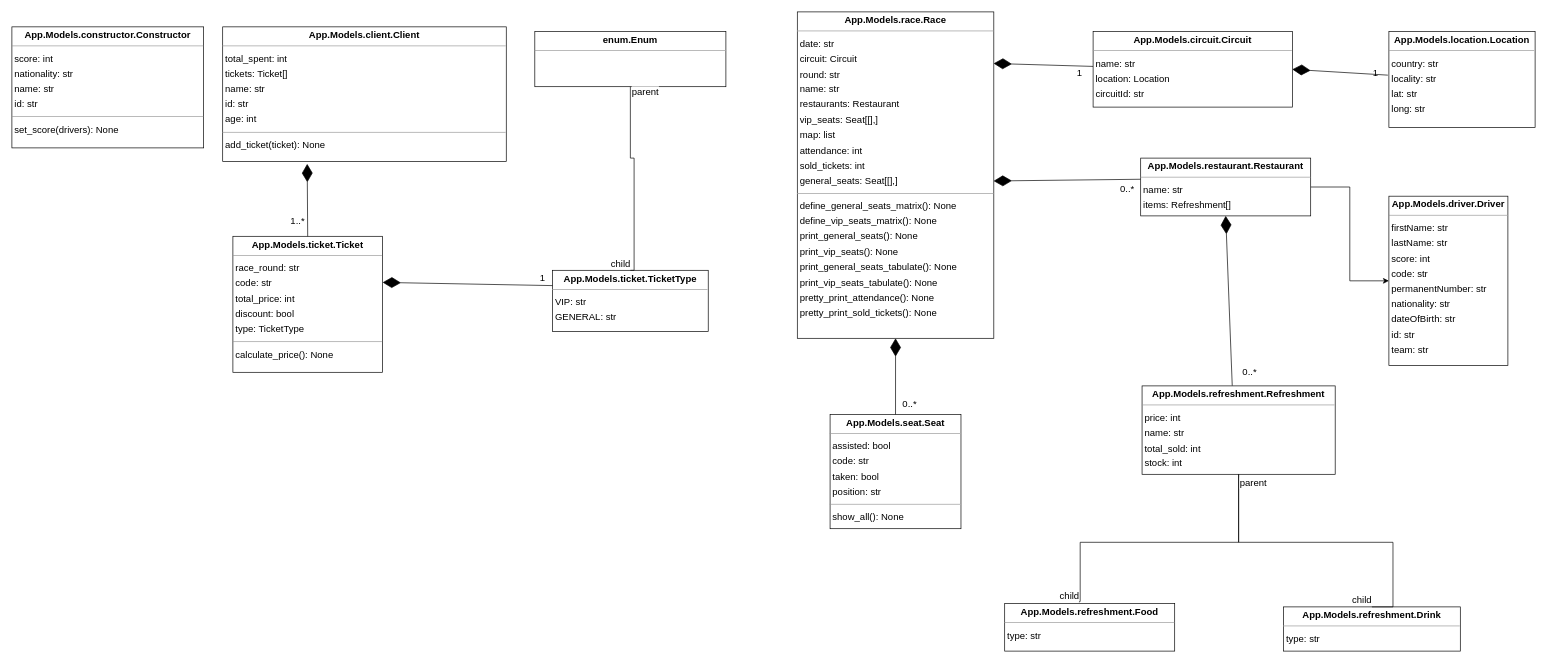
The draw.io diagram UML_Diagram.drawio in JesusF-GonzalezM/Proyecto-AyP, before the edit. Source tidied: cells renumbered, new cells numbered last; positions are measured from the earlier drawing's top-left corner, leaving out a move shared by most shapes. Both pictures are drawn from the tidied source at 68%, with x=0, y=0 at pixel (12, 12).
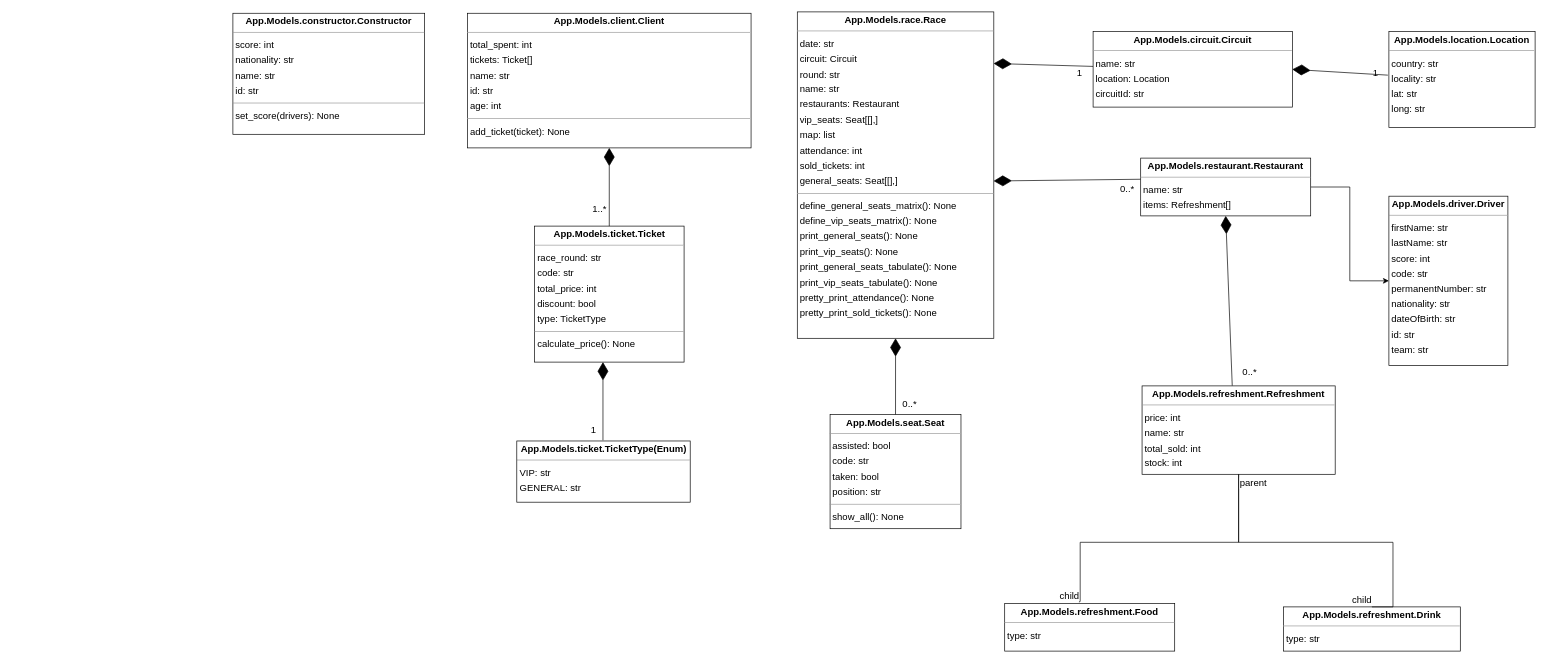
After the change.

Diff of the diagram source:
```diff
@@
     <mxCell id="3" value="&lt;p style=&quot;margin:0px;margin-top:4px;text-align:center;&quot;&gt;&lt;b&gt;App.Models.client.Client&lt;/b&gt;&lt;/p&gt;&lt;hr size=&quot;1&quot;&gt;&lt;p style=&quot;margin:0 0 0 4px;line-height:1.6;&quot;&gt; total_spent: int&lt;br&gt; tickets: Ticket[]&lt;br&gt; name: str&lt;br&gt; id: str&amp;nbsp;&lt;br&gt; age: int&lt;/p&gt;&lt;hr size=&quot;1&quot;&gt;&lt;p style=&quot;margin:0 0 0 4px;line-height:1.6;&quot;&gt;add_ticket(ticket): None&lt;/p&gt;" style="verticalAlign=top;align=left;overflow=fill;fontSize=14;fontFamily=Helvetica;html=1;rounded=0;shadow=0;comic=0;labelBackgroundColor=none;strokeWidth=1;" parent="1" vertex="1">
-      <mxGeometry x="310" y="22" width="417" height="198" as="geometry" />
+      <mxGeometry x="670" y="2" width="417" height="198" as="geometry" />
     </mxCell>
     <mxCell id="4" value="&lt;p style=&quot;margin:0px;margin-top:4px;text-align:center;&quot;&gt;&lt;b&gt;App.Models.constructor.Constructor&lt;/b&gt;&lt;/p&gt;&lt;hr size=&quot;1&quot;&gt;&lt;p style=&quot;margin:0 0 0 4px;line-height:1.6;&quot;&gt;score: int&lt;br&gt;nationality: str&lt;br&gt;name: str&lt;br&gt;id: str&lt;/p&gt;&lt;hr size=&quot;1&quot;&gt;&lt;p style=&quot;margin:0 0 0 4px;line-height:1.6;&quot;&gt;set_score(drivers): None&lt;/p&gt;" style="verticalAlign=top;align=left;overflow=fill;fontSize=14;fontFamily=Helvetica;html=1;rounded=0;shadow=0;comic=0;labelBackgroundColor=none;strokeWidth=1;" parent="1" vertex="1">
-      <mxGeometry y="22" width="282" height="178" as="geometry" />
+      <mxGeometry x="325" y="2" width="282" height="178" as="geometry" />
     </mxCell>
@@
     <mxCell id="14" value="&lt;p style=&quot;margin:0px;margin-top:4px;text-align:center;&quot;&gt;&lt;b&gt;App.Models.ticket.Ticket&lt;/b&gt;&lt;/p&gt;&lt;hr size=&quot;1&quot;&gt;&lt;p style=&quot;margin:0 0 0 4px;line-height:1.6;&quot;&gt; race_round: str&lt;br&gt; code: str&lt;br&gt; total_price: int&lt;br&gt; discount: bool&lt;br&gt; type: TicketType&lt;/p&gt;&lt;hr size=&quot;1&quot;&gt;&lt;p style=&quot;margin:0 0 0 4px;line-height:1.6;&quot;&gt;calculate_price(): None&lt;/p&gt;" style="verticalAlign=top;align=left;overflow=fill;fontSize=14;fontFamily=Helvetica;html=1;rounded=0;shadow=0;comic=0;labelBackgroundColor=none;strokeWidth=1;" parent="1" vertex="1">
-      <mxGeometry x="325" y="330" width="220" height="200" as="geometry" />
+      <mxGeometry x="768.5" y="315" width="220" height="200" as="geometry" />
     </mxCell>
-    <mxCell id="15" value="&lt;p style=&quot;margin:0px;margin-top:4px;text-align:center;&quot;&gt;&lt;b&gt;App.Models.ticket.TicketType&lt;/b&gt;&lt;/p&gt;&lt;hr size=&quot;1&quot;&gt;&lt;p style=&quot;margin:0 0 0 4px;line-height:1.6;&quot;&gt; VIP: str&lt;br&gt; GENERAL: str&lt;/p&gt;" style="verticalAlign=top;align=left;overflow=fill;fontSize=14;fontFamily=Helvetica;html=1;rounded=0;shadow=0;comic=0;labelBackgroundColor=none;strokeWidth=1;" parent="1" vertex="1">
-      <mxGeometry x="795" y="380" width="229" height="90" as="geometry" />
+    <mxCell id="15" value="&lt;p style=&quot;margin:0px;margin-top:4px;text-align:center;&quot;&gt;&lt;b&gt;App.Models.ticket.TicketType(Enum)&lt;/b&gt;&lt;/p&gt;&lt;hr size=&quot;1&quot;&gt;&lt;p style=&quot;margin:0 0 0 4px;line-height:1.6;&quot;&gt; VIP: str&lt;br&gt; GENERAL: str&lt;/p&gt;" style="verticalAlign=top;align=left;overflow=fill;fontSize=14;fontFamily=Helvetica;html=1;rounded=0;shadow=0;comic=0;labelBackgroundColor=none;strokeWidth=1;" parent="1" vertex="1">
+      <mxGeometry x="742.5" y="631" width="255" height="90" as="geometry" />
     </mxCell>
-    <mxCell id="16" value="&lt;p style=&quot;margin:0px;margin-top:4px;text-align:center;&quot;&gt;&lt;b&gt;enum.Enum&lt;/b&gt;&lt;/p&gt;&lt;hr size=&quot;1&quot;&gt;&lt;p style=&quot;margin:0 0 0 4px;line-height:1.6;&quot;&gt;&lt;br&gt;&lt;/p&gt;" style="verticalAlign=top;align=left;overflow=fill;fontSize=14;fontFamily=Helvetica;html=1;rounded=0;shadow=0;comic=0;labelBackgroundColor=none;strokeWidth=1;" parent="1" vertex="1">
-      <mxGeometry x="769" y="29" width="281" height="81" as="geometry" />
-    </mxCell>
@@
-    <mxCell id="26" style="endArrow=none;html=1;edgeStyle=orthogonalEdgeStyle;rounded=0;shadow=0;fontSize=14;entryX=0.5;entryY=0;entryDx=0;entryDy=0;exitX=0.5;exitY=1;exitDx=0;exitDy=0;" parent="1" edge="1" source="16" target="15">
-      <mxGeometry relative="1" as="geometry">
-        <Array as="points">
-          <mxPoint x="910" y="215" />
-          <mxPoint x="915" y="215" />
-        </Array>
-      </mxGeometry>
-    </mxCell>
-    <mxCell id="27" value="parent" style="edgeLabel;html=1;align=left;verticalAlign=bottom;fontSize=14;" parent="26" vertex="1">
-      <mxGeometry x="-1" relative="1" as="geometry">
-        <mxPoint y="18" as="offset" />
-      </mxGeometry>
-    </mxCell>
-    <mxCell id="28" value="child" style="edgeLabel;html=1;align=right;verticalAlign=bottom;fontSize=14;" parent="26" vertex="1">
-      <mxGeometry x="1" relative="1" as="geometry" />
-    </mxCell>
-    <mxCell id="29" style="endArrow=diamondThin;endFill=1;endSize=24;html=1;rounded=0;shadow=0;fontSize=14;exitX=0.5;exitY=0;exitDx=0;exitDy=0;entryX=0.298;entryY=1.018;entryDx=0;entryDy=0;entryPerimeter=0;" parent="1" edge="1" source="14" target="3">
+    <mxCell id="29" style="endArrow=diamondThin;endFill=1;endSize=24;html=1;rounded=0;shadow=0;fontSize=14;exitX=0.5;exitY=0;exitDx=0;exitDy=0;entryX=0.5;entryY=1;entryDx=0;entryDy=0;" parent="1" edge="1" source="14" target="3">
       <mxGeometry relative="1" as="geometry" />
     </mxCell>
@@
-    <mxCell id="31" style="endArrow=diamondThin;endFill=1;endSize=24;html=1;rounded=0;shadow=0;fontSize=14;entryX=1.001;entryY=0.339;entryDx=0;entryDy=0;exitX=0;exitY=0.25;exitDx=0;exitDy=0;entryPerimeter=0;" parent="1" edge="1" source="15" target="14">
-      <mxGeometry relative="1" as="geometry" />
-    </mxCell>
@@
     <mxCell id="33" value="1" style="text;html=1;align=center;verticalAlign=middle;strokeColor=none;fillColor=none;fontSize=14;" parent="1" vertex="1">
-      <mxGeometry x="765" y="375.5" width="30" height="30" as="geometry" />
+      <mxGeometry x="840" y="600" width="30" height="30" as="geometry" />
     </mxCell>
@@
+    <mxCell id="39" style="endArrow=diamondThin;endFill=1;endSize=24;html=1;rounded=0;shadow=0;fontSize=14;exitX=0.5;exitY=0;exitDx=0;exitDy=0;entryX=0.5;entryY=1;entryDx=0;entryDy=0;" parent="1" edge="1">
+      <mxGeometry relative="1" as="geometry">
+        <mxPoint x="869.2" y="630" as="sourcePoint" />
+        <mxPoint x="869.2" y="515" as="targetPoint" />
+      </mxGeometry>
+    </mxCell>
```
